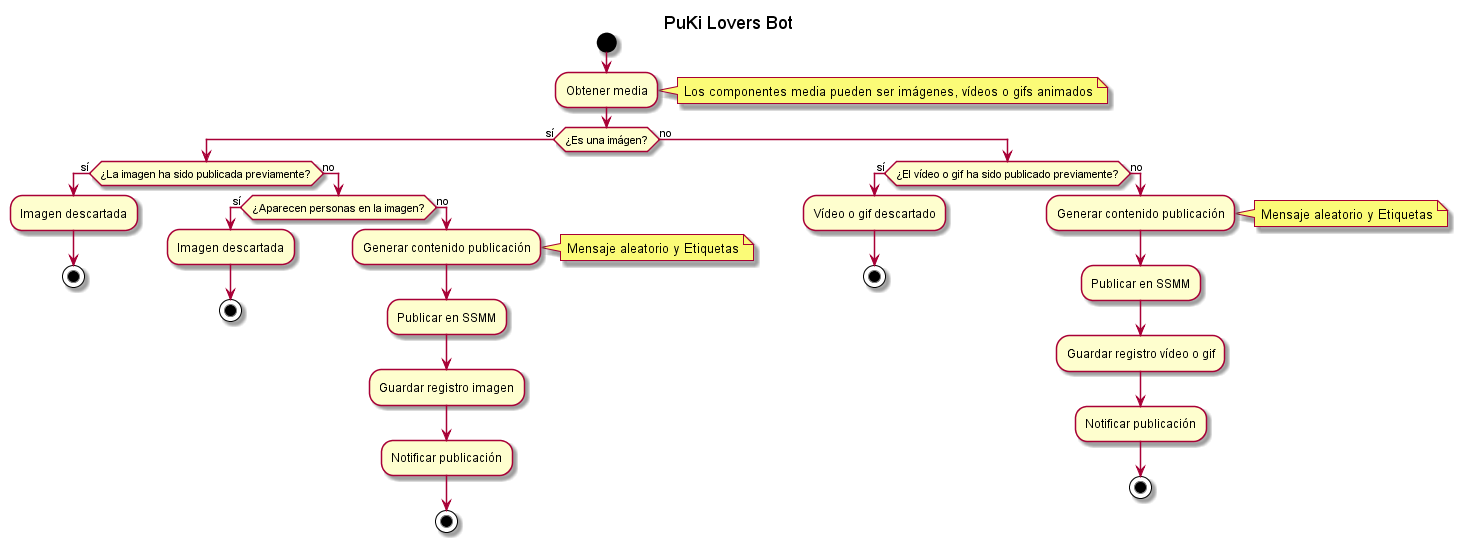
This is docs/diagrams/out/src/PuKiFlow/PuKi Lovers Bot.png from medinamarquezp/pukiloversbot, a PlantUML export, as it was before one commit.
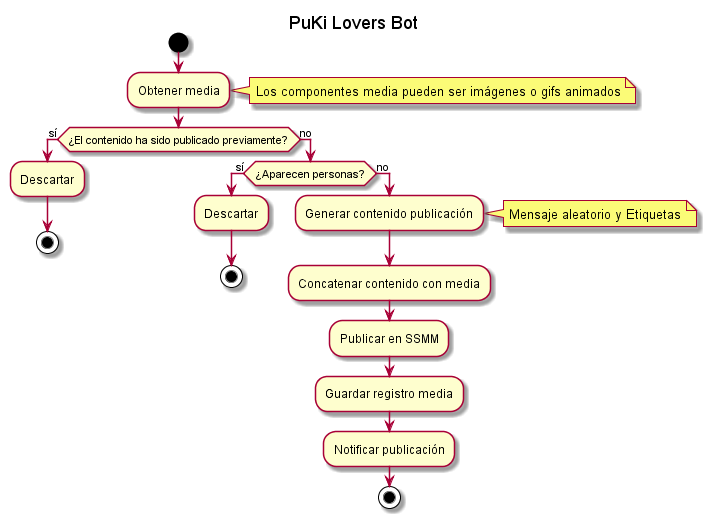
After the change.

Change to the diagram source:
```diff
@@ -4,34 +4,21 @@
 title PuKi Lovers Bot
 
 :Obtener media;
-note right: Los componentes media pueden ser imágenes, vídeos o gifs animados
+note right: Los componentes media pueden ser imágenes o gifs animados
 
-if (¿Es una imágen?) then (sí)
-    if (¿La imagen ha sido publicada previamente?) then (sí)
-        :Imagen descartada;
-        stop
-    else (no)
-        if (¿Aparecen personas en la imagen?) then (sí)
-            :Imagen descartada;
-            stop
-        else (no)
-            :Generar contenido publicación;
-            note right: Mensaje aleatorio y Etiquetas
-            :Publicar en SSMM;
-            :Guardar registro imagen;
-            :Notificar publicación;
-            stop
-        endif
-    endif
+if (¿El contenido ha sido publicado previamente?) then (sí)
+    :Descartar;
+    stop
 else (no)
-    if (¿El vídeo o gif ha sido publicado previamente?) then (sí)
-        :Vídeo o gif descartado;
+    if (¿Aparecen personas?) then (sí)
+        :Descartar;
         stop
     else (no)
         :Generar contenido publicación;
         note right: Mensaje aleatorio y Etiquetas
+        :Concatenar contenido con media;
         :Publicar en SSMM;
-        :Guardar registro vídeo o gif;
+        :Guardar registro media;
         :Notificar publicación;
         stop
     endif
```
